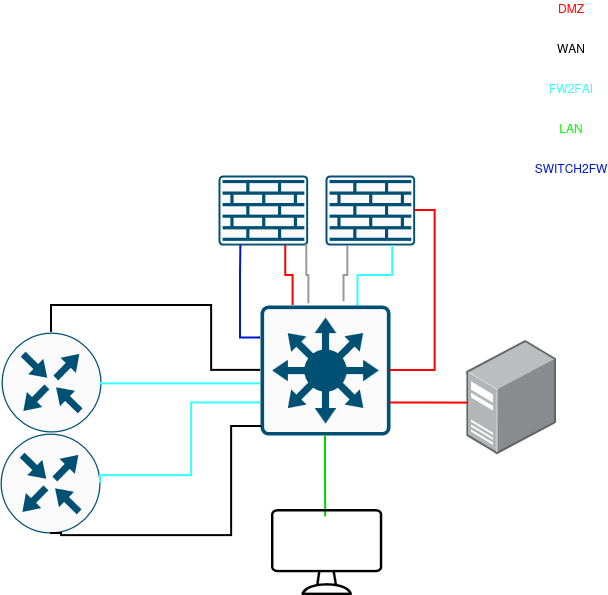
Earlier version of the draw.io export docs/assets/SchemaPhyDMZ.drawio.png (DSISportLudique/SportLudique2Doc). Source tidied: cells renumbered, new cells last; positions are measured from the earlier drawing's top-left corner, leaving out a move shared by most shapes.
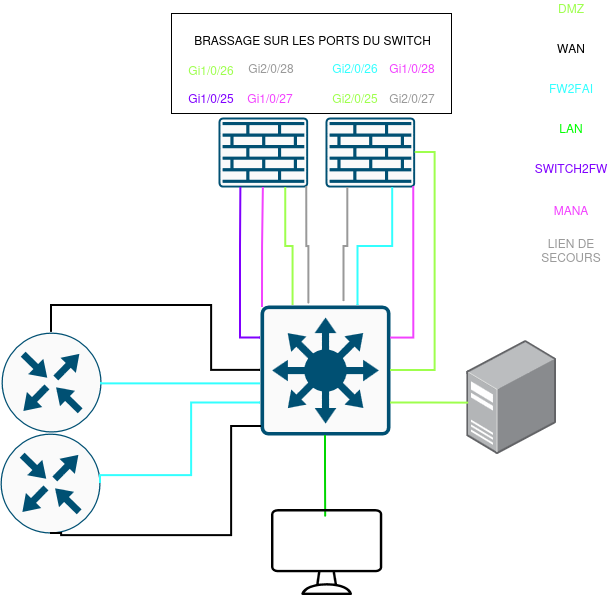
The same diagram one commit later.

Change to the diagram source:
```diff
@@ -2,11 +2,14 @@
   <root>
     <mxCell id="0" />
     <mxCell id="1" parent="0" />
+    <mxCell id="26" style="rounded=0;whiteSpace=wrap;html=1;" parent="1" vertex="1">
+      <mxGeometry x="171" y="13" width="280" height="100" as="geometry" />
+    </mxCell>
     <mxCell id="2" style="sketch=0;points=[[0.015,0.015,0],[0.985,0.015,0],[0.985,0.985,0],[0.015,0.985,0],[0.25,0,0],[0.5,0,0],[0.75,0,0],[1,0.25,0],[1,0.5,0],[1,0.75,0],[0.75,1,0],[0.5,1,0],[0.25,1,0],[0,0.75,0],[0,0.5,0],[0,0.25,0]];verticalLabelPosition=bottom;html=1;verticalAlign=top;align=center;shape=mxgraph.cisco19.rect;prIcon=l3_switch;fillColor=#FAFAFA;strokeColor=#005073;" parent="1" vertex="1">
       <mxGeometry x="260" y="305" width="130" height="130" as="geometry" />
     </mxCell>
     <mxCell id="3" style="sketch=0;points=[[0.015,0.015,0],[0.985,0.015,0],[0.985,0.985,0],[0.015,0.985,0],[0.25,0,0],[0.5,0,0],[0.75,0,0],[1,0.25,0],[1,0.5,0],[1,0.75,0],[0.75,1,0],[0.5,1,0],[0.25,1,0],[0,0.75,0],[0,0.5,0],[0,0.25,0]];verticalLabelPosition=bottom;html=1;verticalAlign=top;align=center;shape=mxgraph.cisco19.rect;prIcon=firewall;fillColor=#FAFAFA;strokeColor=#005073;" parent="1" vertex="1">
-      <mxGeometry x="325" y="175" width="89.6" height="70" as="geometry" />
+      <mxGeometry x="325" y="117" width="89.6" height="70" as="geometry" />
     </mxCell>
     <mxCell id="4" style="sketch=0;points=[[0.5,0,0],[1,0.5,0],[0.5,1,0],[0,0.5,0],[0.145,0.145,0],[0.8555,0.145,0],[0.855,0.8555,0],[0.145,0.855,0]];verticalLabelPosition=bottom;html=1;verticalAlign=top;align=center;shape=mxgraph.cisco19.rect;prIcon=router;fillColor=#FAFAFA;strokeColor=#005073;" parent="1" vertex="1">
       <mxGeometry x="1" y="332" width="100" height="100" as="geometry" />
@@ -14,13 +17,13 @@
     <mxCell id="5" style="edgeStyle=orthogonalEdgeStyle;rounded=0;jettySize=auto;html=1;exitX=0.75;exitY=0;exitDx=0;exitDy=0;exitPerimeter=0;entryX=0.75;entryY=1;entryDx=0;entryDy=0;entryPerimeter=0;endArrow=none;endFill=0;strokeColor=#33FFFF;strokeWidth=2;" parent="1" edge="1" source="2" target="3">
       <mxGeometry relative="1" as="geometry" />
     </mxCell>
-    <mxCell id="6" style="edgeStyle=orthogonalEdgeStyle;rounded=0;jettySize=auto;html=1;exitX=1;exitY=0.5;exitDx=0;exitDy=0;exitPerimeter=0;entryX=1;entryY=0.5;entryDx=0;entryDy=0;entryPerimeter=0;endArrow=none;endFill=0;strokeColor=#FF0000;strokeWidth=2;" parent="1" edge="1" source="3" target="2">
+    <mxCell id="6" style="edgeStyle=orthogonalEdgeStyle;rounded=0;jettySize=auto;html=1;exitX=1;exitY=0.5;exitDx=0;exitDy=0;exitPerimeter=0;entryX=1;entryY=0.5;entryDx=0;entryDy=0;entryPerimeter=0;endArrow=none;endFill=0;strokeColor=#9EFF4D;strokeWidth=2;" parent="1" edge="1" source="3" target="2">
       <mxGeometry relative="1" as="geometry" />
     </mxCell>
     <mxCell id="7" style="image;points=[];html=1;align=center;shadow=0;dashed=0;image=img/lib/allied_telesis/computer_and_terminals/Server_Desktop.svg;" parent="1" vertex="1">
       <mxGeometry x="466.4" y="340.2" width="89.6" height="113.6" as="geometry" />
     </mxCell>
-    <mxCell id="8" style="edgeStyle=orthogonalEdgeStyle;rounded=0;jettySize=auto;html=1;exitX=1;exitY=0.75;exitDx=0;exitDy=0;exitPerimeter=0;entryX=0.021;entryY=0.55;entryDx=0;entryDy=0;entryPerimeter=0;endArrow=none;endFill=0;strokeColor=#FF0000;strokeWidth=2;" parent="1" edge="1" source="2" target="7">
+    <mxCell id="8" style="edgeStyle=orthogonalEdgeStyle;rounded=0;jettySize=auto;html=1;exitX=1;exitY=0.75;exitDx=0;exitDy=0;exitPerimeter=0;entryX=0.021;entryY=0.55;entryDx=0;entryDy=0;entryPerimeter=0;endArrow=none;endFill=0;strokeColor=#9EFF4D;strokeWidth=2;" parent="1" edge="1" source="2" target="7">
       <mxGeometry relative="1" as="geometry" />
     </mxCell>
     <mxCell id="9" style="sketch=0;points=[[0.5,0,0],[1,0.5,0],[0.5,1,0],[0,0.5,0],[0.145,0.145,0],[0.8555,0.145,0],[0.855,0.8555,0],[0.145,0.855,0]];verticalLabelPosition=bottom;html=1;verticalAlign=top;align=center;shape=mxgraph.cisco19.rect;prIcon=router;fillColor=#FAFAFA;strokeColor=#005073;" parent="1" vertex="1">
@@ -43,7 +46,7 @@
         </Array>
       </mxGeometry>
     </mxCell>
-    <mxCell id="12" value="&lt;div&gt;&lt;span style=&quot;color: rgb(255, 0, 0);&quot;&gt;DMZ&lt;/span&gt;&lt;/div&gt;&lt;div&gt;&lt;span style=&quot;color: rgb(255, 0, 0);&quot;&gt;&lt;br&gt;&lt;/span&gt;&lt;/div&gt;" style="text;html=1;whiteSpace=wrap;strokeColor=none;fillColor=none;align=center;verticalAlign=middle;rounded=0;" parent="1" vertex="1">
+    <mxCell id="12" value="&lt;div&gt;&lt;span style=&quot;color: rgb(158, 255, 77);&quot;&gt;DMZ&lt;/span&gt;&lt;/div&gt;&lt;div&gt;&lt;span style=&quot;color: rgb(158, 255, 77);&quot;&gt;&lt;br&gt;&lt;/span&gt;&lt;/div&gt;" style="text;html=1;whiteSpace=wrap;strokeColor=none;fillColor=none;align=center;verticalAlign=middle;rounded=0;" parent="1" vertex="1">
       <mxGeometry x="541" width="60" height="30" as="geometry" />
     </mxCell>
     <mxCell id="13" value="WAN" style="text;html=1;whiteSpace=wrap;strokeColor=none;fillColor=none;align=center;verticalAlign=middle;rounded=0;" parent="1" vertex="1">
@@ -70,16 +73,16 @@
     <mxCell id="18" style="sketch=0;verticalLabelPosition=bottom;sketch=0;html=1;verticalAlign=top;strokeColor=none;fillColor=#000000;align=center;outlineConnect=0;shape=mxgraph.citrix2.desktop;" parent="1" vertex="1">
       <mxGeometry x="271" y="509" width="111.2" height="86" as="geometry" />
     </mxCell>
-    <mxCell id="19" value="&lt;span style=&quot;color: rgb(0, 21, 206);&quot;&gt;SWITCH2FW&lt;/span&gt;" style="text;html=1;whiteSpace=wrap;strokeColor=none;fillColor=none;align=center;verticalAlign=middle;rounded=0;" parent="1" vertex="1">
+    <mxCell id="19" value="&lt;span style=&quot;color: rgb(127, 0, 255);&quot;&gt;SWITCH2FW&lt;/span&gt;" style="text;html=1;whiteSpace=wrap;strokeColor=none;fillColor=none;align=center;verticalAlign=middle;rounded=0;" parent="1" vertex="1">
       <mxGeometry x="541" y="153" width="60" height="30" as="geometry" />
     </mxCell>
     <mxCell id="20" style="sketch=0;points=[[0.015,0.015,0],[0.985,0.015,0],[0.985,0.985,0],[0.015,0.985,0],[0.25,0,0],[0.5,0,0],[0.75,0,0],[1,0.25,0],[1,0.5,0],[1,0.75,0],[0.75,1,0],[0.5,1,0],[0.25,1,0],[0,0.75,0],[0,0.5,0],[0,0.25,0]];verticalLabelPosition=bottom;html=1;verticalAlign=top;align=center;shape=mxgraph.cisco19.rect;prIcon=firewall;fillColor=#FAFAFA;strokeColor=#005073;" parent="1" vertex="1">
-      <mxGeometry x="218" y="175" width="89.6" height="70" as="geometry" />
+      <mxGeometry x="218" y="117" width="89.6" height="70" as="geometry" />
     </mxCell>
-    <mxCell id="21" style="edgeStyle=orthogonalEdgeStyle;rounded=0;jettySize=auto;html=1;exitX=0;exitY=0.25;exitDx=0;exitDy=0;exitPerimeter=0;entryX=0.25;entryY=1;entryDx=0;entryDy=0;entryPerimeter=0;endArrow=none;endFill=0;strokeWidth=2;strokeColor=#0015CE;" parent="1" edge="1" source="2" target="20">
+    <mxCell id="21" style="edgeStyle=orthogonalEdgeStyle;rounded=0;jettySize=auto;html=1;exitX=0;exitY=0.25;exitDx=0;exitDy=0;exitPerimeter=0;entryX=0.25;entryY=1;entryDx=0;entryDy=0;entryPerimeter=0;endArrow=none;endFill=0;strokeWidth=2;strokeColor=#7F00FF;" parent="1" edge="1" source="2" target="20">
       <mxGeometry relative="1" as="geometry" />
     </mxCell>
-    <mxCell id="22" style="edgeStyle=orthogonalEdgeStyle;rounded=0;jettySize=auto;html=1;exitX=0.75;exitY=1;exitDx=0;exitDy=0;exitPerimeter=0;entryX=0.25;entryY=0;entryDx=0;entryDy=0;entryPerimeter=0;endArrow=none;endFill=0;strokeWidth=2;strokeColor=#FF0000;" parent="1" edge="1" source="20" target="2">
+    <mxCell id="22" style="edgeStyle=orthogonalEdgeStyle;rounded=0;jettySize=auto;html=1;exitX=0.75;exitY=1;exitDx=0;exitDy=0;exitPerimeter=0;entryX=0.25;entryY=0;entryDx=0;entryDy=0;entryPerimeter=0;endArrow=none;endFill=0;strokeWidth=2;strokeColor=#9EFF4D;" parent="1" edge="1" source="20" target="2">
       <mxGeometry relative="1" as="geometry" />
     </mxCell>
     <mxCell id="23" style="edgeStyle=orthogonalEdgeStyle;rounded=0;jettySize=auto;html=1;exitX=1;exitY=0.5;exitDx=0;exitDy=0;exitPerimeter=0;entryX=0.001;entryY=0.603;entryDx=0;entryDy=0;entryPerimeter=0;strokeWidth=2;strokeColor=#33FFFF;endArrow=none;endFill=0;" parent="1" edge="1" source="4" target="2">
@@ -95,5 +98,44 @@
     <mxCell id="25" style="edgeStyle=orthogonalEdgeStyle;rounded=0;jettySize=auto;html=1;exitX=0.985;exitY=0.985;exitDx=0;exitDy=0;exitPerimeter=0;entryX=0.372;entryY=-0.012;entryDx=0;entryDy=0;entryPerimeter=0;endArrow=none;endFill=0;strokeWidth=2;strokeColor=#999999;" parent="1" edge="1" source="20" target="2">
       <mxGeometry relative="1" as="geometry" />
     </mxCell>
+    <mxCell id="27" style="edgeStyle=orthogonalEdgeStyle;rounded=0;jettySize=auto;html=1;exitX=1;exitY=0.25;exitDx=0;exitDy=0;exitPerimeter=0;entryX=0.985;entryY=0.985;entryDx=0;entryDy=0;entryPerimeter=0;strokeWidth=2;endArrow=none;endFill=0;strokeColor=#F242FF;" parent="1" edge="1" source="2" target="3">
+      <mxGeometry relative="1" as="geometry" />
+    </mxCell>
+    <mxCell id="28" style="edgeStyle=orthogonalEdgeStyle;rounded=0;jettySize=auto;html=1;exitX=0.015;exitY=0.015;exitDx=0;exitDy=0;exitPerimeter=0;entryX=0.5;entryY=1;entryDx=0;entryDy=0;entryPerimeter=0;endArrow=none;endFill=0;strokeWidth=2;strokeColor=#F242FF;" parent="1" edge="1" source="2" target="20">
+      <mxGeometry relative="1" as="geometry" />
+    </mxCell>
+    <mxCell id="29" value="&lt;span style=&quot;color: rgb(242, 66, 255);&quot;&gt;MANA&lt;/span&gt;" style="text;html=1;whiteSpace=wrap;strokeColor=none;fillColor=none;align=center;verticalAlign=middle;rounded=0;" parent="1" vertex="1">
+      <mxGeometry x="541" y="195" width="60" height="30" as="geometry" />
+    </mxCell>
+    <mxCell id="30" value="&lt;span style=&quot;color: rgb(153, 153, 153);&quot;&gt;LIEN DE SECOURS&lt;/span&gt;" style="text;html=1;whiteSpace=wrap;strokeColor=none;fillColor=none;align=center;verticalAlign=middle;rounded=0;" parent="1" vertex="1">
+      <mxGeometry x="541" y="235" width="60" height="30" as="geometry" />
+    </mxCell>
+    <mxCell id="31" value="&lt;span style=&quot;color: rgb(153, 153, 153);&quot;&gt;Gi2/0/28&lt;/span&gt;" style="text;html=1;whiteSpace=wrap;strokeColor=none;fillColor=none;align=center;verticalAlign=middle;rounded=0;" parent="1" vertex="1">
+      <mxGeometry x="241" y="53" width="60" height="30" as="geometry" />
+    </mxCell>
+    <mxCell id="32" value="&lt;span style=&quot;color: rgb(158, 255, 77);&quot;&gt;Gi2/0/25&lt;/span&gt;" style="text;html=1;whiteSpace=wrap;strokeColor=none;fillColor=none;align=center;verticalAlign=middle;rounded=0;" parent="1" vertex="1">
+      <mxGeometry x="325" y="83" width="60" height="30" as="geometry" />
+    </mxCell>
+    <mxCell id="33" value="&lt;span style=&quot;color: rgb(153, 153, 153);&quot;&gt;Gi2/0/27&lt;/span&gt;" style="text;html=1;whiteSpace=wrap;strokeColor=none;fillColor=none;align=center;verticalAlign=middle;rounded=0;" parent="1" vertex="1">
+      <mxGeometry x="382" y="83" width="60" height="30" as="geometry" />
+    </mxCell>
+    <mxCell id="34" value="&lt;span style=&quot;color: rgb(51, 255, 255);&quot;&gt;Gi2/0/26&lt;/span&gt;" style="text;html=1;whiteSpace=wrap;strokeColor=none;fillColor=none;align=center;verticalAlign=middle;rounded=0;" parent="1" vertex="1">
+      <mxGeometry x="325" y="53" width="60" height="30" as="geometry" />
+    </mxCell>
+    <mxCell id="35" value="&lt;span style=&quot;color: rgb(242, 66, 255);&quot;&gt;Gi1/0/28&lt;/span&gt;" style="text;html=1;whiteSpace=wrap;strokeColor=none;fillColor=none;align=center;verticalAlign=middle;rounded=0;" parent="1" vertex="1">
+      <mxGeometry x="382.2" y="53" width="60" height="30" as="geometry" />
+    </mxCell>
+    <mxCell id="36" value="&lt;span style=&quot;color: rgb(158, 255, 77);&quot;&gt;Gi1/0/26&lt;/span&gt;" style="text;html=1;whiteSpace=wrap;strokeColor=none;fillColor=none;align=center;verticalAlign=middle;rounded=0;" parent="1" vertex="1">
+      <mxGeometry x="181" y="55" width="60" height="30" as="geometry" />
+    </mxCell>
+    <mxCell id="37" value="&lt;span style=&quot;color: rgb(242, 66, 255);&quot;&gt;Gi1/0/27&lt;/span&gt;" style="text;html=1;whiteSpace=wrap;strokeColor=none;fillColor=none;align=center;verticalAlign=middle;rounded=0;" parent="1" vertex="1">
+      <mxGeometry x="239.6" y="83" width="60" height="30" as="geometry" />
+    </mxCell>
+    <mxCell id="38" value="&lt;span style=&quot;color: rgb(127, 0, 255);&quot;&gt;Gi1/0/25&lt;/span&gt;" style="text;html=1;whiteSpace=wrap;strokeColor=none;fillColor=none;align=center;verticalAlign=middle;rounded=0;" parent="1" vertex="1">
+      <mxGeometry x="181" y="83" width="60" height="30" as="geometry" />
+    </mxCell>
+    <mxCell id="39" value="BRASSAGE SUR LES PORTS DU SWITCH" style="text;html=1;whiteSpace=wrap;strokeColor=none;fillColor=none;align=center;verticalAlign=middle;rounded=0;" parent="1" vertex="1">
+      <mxGeometry x="191" y="25" width="243.4" height="30" as="geometry" />
+    </mxCell>
   </root>
 </mxGraphModel>
```
